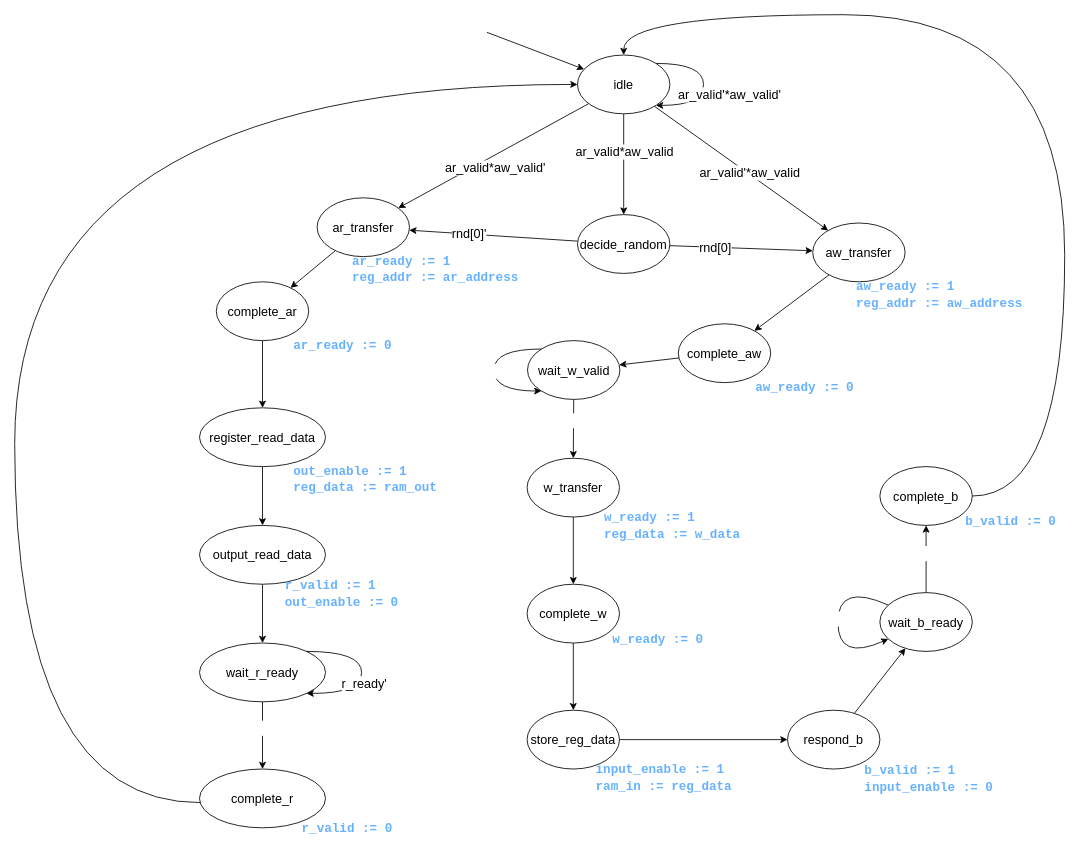
The draw.io diagram diagram_files/memory/memory_state_diagram.drawio in farukyld/sort-circuit, before the edit. Source tidied: cells renumbered, new cells numbered last; positions are measured from the earlier drawing's top-left corner, leaving out a move shared by most shapes. Both pictures are drawn from the tidied source at 84%, with x=0, y=0 at pixel (14, 14).
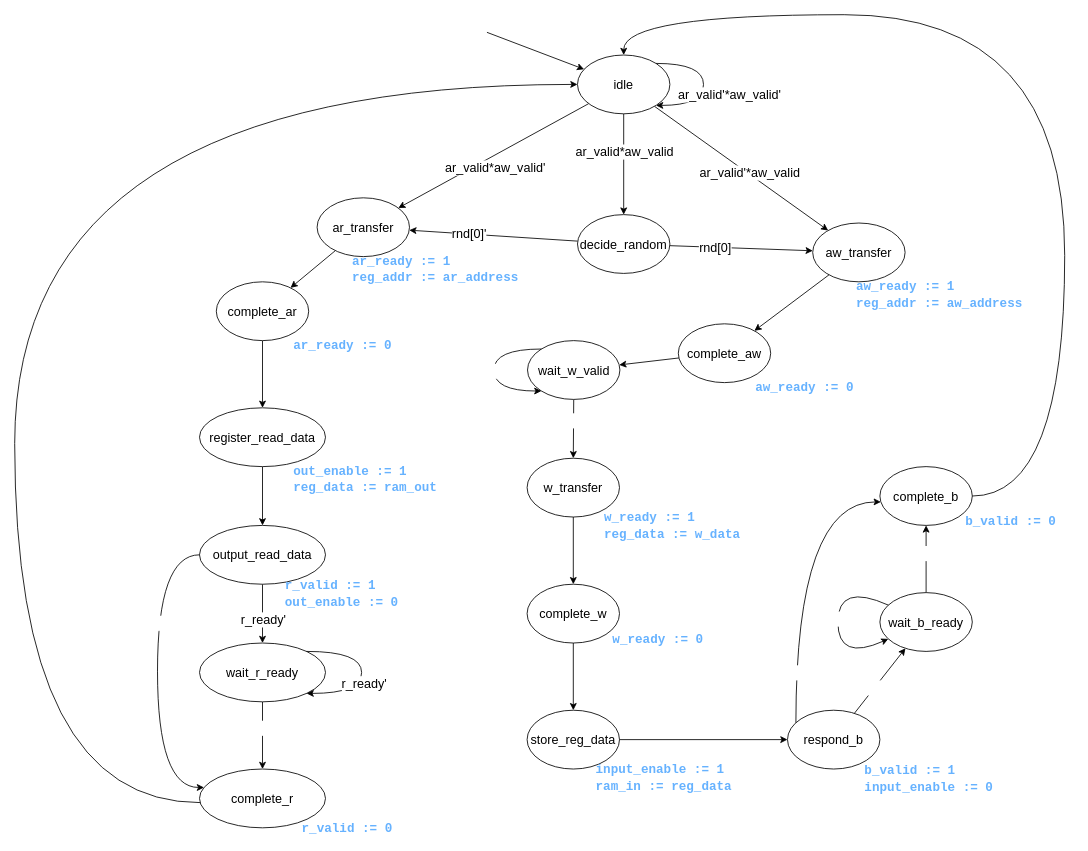
Above is the later version.

Commit message (it also covers changes not shown here):
fixed the error in memory module's B, R channel handshake mechanism

Unchanged cells that the change refers to:
```xml
<mxCell id="26" style="edgeStyle=none;html=1;fontFamily=Courier New;fontSize=15;fontColor=#66B2FF;" parent="1" edge="1" source="78" target="35">
  <mxGeometry relative="1" as="geometry" />
</mxCell>
<mxCell id="39" value="&lt;span style=&quot;font-size: 15px;&quot;&gt;complete_r&lt;br&gt;&lt;/span&gt;" style="ellipse;whiteSpace=wrap;html=1;" parent="38" vertex="1">
  <mxGeometry width="150" height="70" as="geometry" />
</mxCell>
<mxCell id="63" style="edgeStyle=none;html=1;fontFamily=Helvetica;fontSize=15;fontColor=#FFFFFF;" parent="1" edge="1" source="75" target="67">
  <mxGeometry relative="1" as="geometry" />
</mxCell>
<mxCell id="71" value="&lt;span style=&quot;font-size: 15px;&quot;&gt;complete_b&lt;/span&gt;" style="ellipse;whiteSpace=wrap;html=1;" parent="70" vertex="1">
  <mxGeometry width="110" height="70" as="geometry" />
</mxCell>
<mxCell id="75" value="&lt;span style=&quot;font-size: 15px;&quot;&gt;respond_b&lt;/span&gt;" style="ellipse;whiteSpace=wrap;html=1;" parent="74" vertex="1">
  <mxGeometry width="110" height="70" as="geometry" />
</mxCell>
<mxCell id="78" value="&lt;span style=&quot;font-size: 15px;&quot;&gt;output_read_data&lt;br&gt;&lt;/span&gt;" style="ellipse;whiteSpace=wrap;html=1;" parent="77" vertex="1">
  <mxGeometry width="150" height="70" as="geometry" />
</mxCell>
```

Change to the diagram source:
```diff
@@
+    <mxCell id="80" value="&lt;span style=&quot;font-size: 15px;&quot;&gt;r_ready'&lt;/span&gt;" style="edgeLabel;html=1;align=center;verticalAlign=middle;" parent="26" vertex="1">
+      <mxGeometry x="-0.67" y="-1" relative="1" as="geometry">
+        <mxPoint x="1" y="29" as="offset" />
+      </mxGeometry>
+    </mxCell>
@@
+    <mxCell id="81" value="&lt;span style=&quot;color: rgb(255, 255, 255); font-size: 15px;&quot;&gt;b_ready'&lt;/span&gt;" style="edgeLabel;html=1;align=center;verticalAlign=middle;" parent="63" vertex="1">
+      <mxGeometry x="-0.19" y="-1" relative="1" as="geometry" />
+    </mxCell>
@@
+    <mxCell id="82" style="edgeStyle=orthogonalEdgeStyle;html=1;curved=1;" parent="1" edge="1" source="75" target="71">
+      <mxGeometry relative="1" as="geometry">
+        <Array as="points">
+          <mxPoint x="930" y="580" />
+        </Array>
+      </mxGeometry>
+    </mxCell>
+    <mxCell id="83" value="&lt;span style=&quot;color: rgb(255, 255, 255); font-size: 15px;&quot;&gt;b_ready&lt;/span&gt;" style="edgeLabel;html=1;align=center;verticalAlign=middle;" parent="82" vertex="1">
+      <mxGeometry x="-0.45" y="-3" relative="1" as="geometry">
+        <mxPoint y="40" as="offset" />
+      </mxGeometry>
+    </mxCell>
+    <mxCell id="84" style="edgeStyle=orthogonalEdgeStyle;curved=1;html=1;" parent="1" edge="1" source="78" target="39">
+      <mxGeometry relative="1" as="geometry">
+        <Array as="points">
+          <mxPoint x="170" y="643" />
+          <mxPoint x="170" y="920" />
+        </Array>
+      </mxGeometry>
+    </mxCell>
+    <mxCell id="85" value="&lt;span style=&quot;color: rgb(255, 255, 255); font-size: 15px;&quot;&gt;r_ready&lt;/span&gt;" style="edgeLabel;html=1;align=center;verticalAlign=middle;" parent="84" vertex="1">
+      <mxGeometry x="-0.32" y="3" relative="1" as="geometry" />
+    </mxCell>
```
